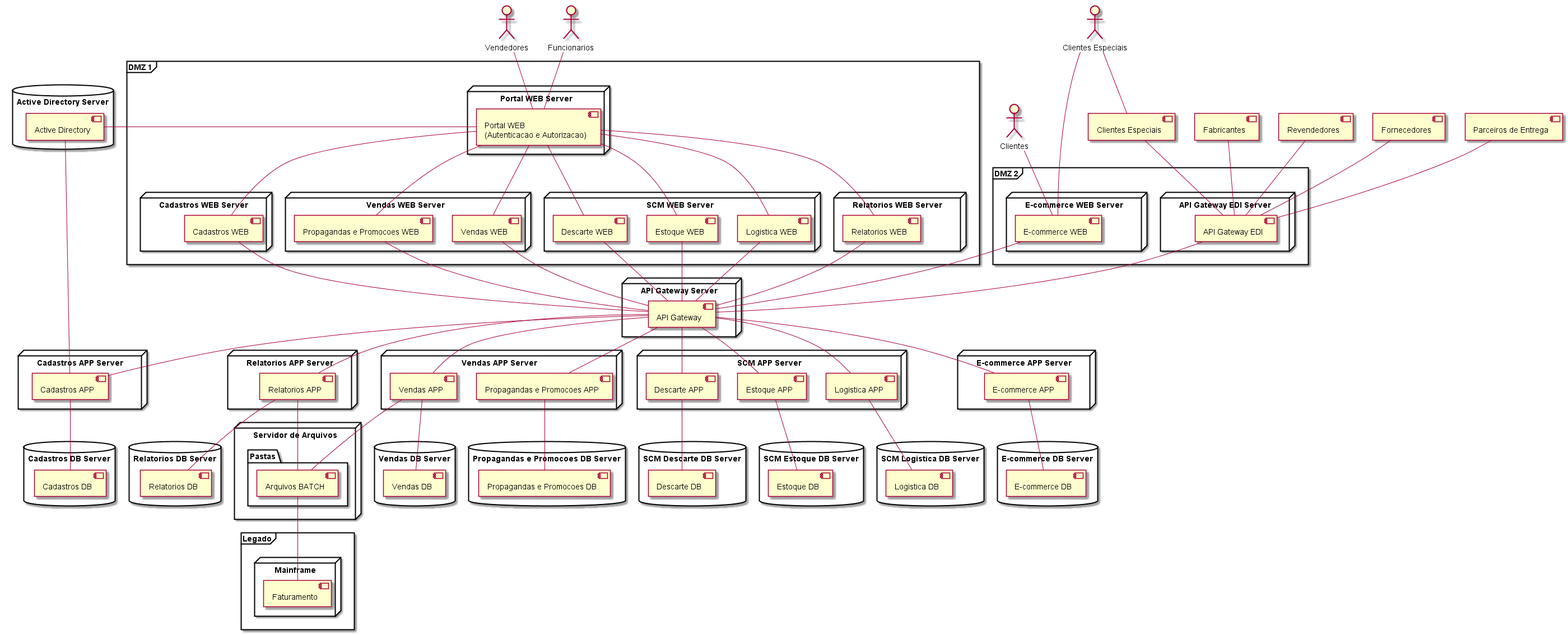
Before: arquitetura/uml/componentes/visao.geral.png, a diagram exported from PlantUML (herberton/tcc). Source of this version:
```plantuml
@startuml

	skinparam componentStyle uml2

	actor Clientes								as AC
	actor :Clientes Especiais: 					as ACE
	actor :Vendedores:							as AV
	actor :Funcionarios:						as AF

	[Clientes Especiais] 						as CCE
	[Fabricantes] 								as CFA
	[Revendedores] 								as CR
	[Fornecedores] 								as CFO
	[Parceiros de Entrega] 						as CPE



		frame "DMZ 1" {

			node "Portal WEB Server" {
				component CWAA [
					Portal WEB
					(Autenticacao e Autorizacao)
				]
			}
			node "Cadastros WEB Server" {
				[Cadastros WEB] 				as CWC
			}
			node "Vendas WEB Server" {
				[Vendas WEB]					as CWV
				[Propagandas e Promocoes WEB]	as CWPP
			}
			node "SCM WEB Server" {
				[Estoque WEB] 					as CWE
				[Descarte WEB]					as CWD
				[Logistica WEB]					as CWL
			}
			node "Relatorios WEB Server" {
				[Relatorios WEB] 				as CWR
			}
		}

		frame "DMZ 2" {

			node "E-commerce WEB Server" {
				[E-commerce WEB]				as CWEC
			}
			node "API Gateway EDI Server" {
				[API Gateway EDI]				as CAGE
			}
		}


		node "API Gateway Server" {
			[API Gateway] 						as CAG
		}

		node "Cadastros APP Server" {
			[Cadastros APP]						as CAC
		}
		node "Vendas APP Server" {
			[Vendas APP] 						as CAV
			[Propagandas e Promocoes APP]		as CAPP

		}
		node "SCM APP Server" {
			[Descarte APP]						as CAD
			[Estoque APP] 						as CAE
			[Logistica APP] 					as CAL
		}
		node "Relatorios APP Server" {
			[Relatorios APP] 					as CAR
		}
		node "E-commerce APP Server" {
			[E-commerce APP] 					as CAEC
		}

		database  "Active Directory Server" {
			[Active Directory] 					as AD
		}

		database  "Cadastros DB Server" {
			[Cadastros DB] 						as CDC
		}
		database  "Vendas DB Server" {
			[Vendas DB] 						as CDV
		}
		database  "Propagandas e Promocoes DB Server" {
			[Propagandas e Promocoes DB]		as CDPP
		}
		database  "SCM Estoque DB Server" {
			[Estoque DB] 						as CDE
		}
		database  "SCM Descarte DB Server" {
			[Descarte DB] 						as CDD
		}
		database  "SCM Logistica DB Server" {
			[Logistica DB] 						as CDL
		}
		database  "Relatorios DB Server" {
			[Relatorios DB] 					as CDR
		}
		database  "E-commerce DB Server" {
			[E-commerce DB] 					as CDEC
		}

		frame "Legado" {
			node "Mainframe" {
				[Faturamento]					as CMF
			}
		}

		node "Servidor de Arquivos" {
			folder "Pastas" {
				[Arquivos BATCH]				as ARQ
			}
		}

		CWAA -down- CWC
		CWAA -down- CWV
		CWAA -down- CWPP
		CWAA -down- CWE
		CWAA -down- CWD
		CWAA -down- CWL
		CWAA -down- CWR

		CAGE -down- CAG

		CWEC -down- CAG
		CWC	-down- CAG
		CWV -down- CAG
		CWPP -down- CAG
		CWE -down- CAG
		CWD -down- CAG
		CWL -down- CAG
		CWR -down- CAG

		CAC	-up- CAG
		CAV -up- CAG
		CAPP -up- CAG
		CAE -up- CAG
		CAD -up- CAG
		CAL -up- CAG
		CAR -up- CAG
		CAEC -up- CAG

		CAC	-down- CDC
		CAV -down- CDV
		CAPP -down- CDPP
		CAE -down- CDE
		CAD -down- CDD
		CAL -down- CDL
		CAR -down- CDR
		CAEC -down- CDEC

		CWAA -left- AD
		CAC -up- AD

		CMF -up- ARQ
		CAV -down- ARQ
		CAR - ARQ



	CCE -down- CAGE
	CFA -down- CAGE
	CR -down- CAGE
	CFO -down- CAGE
	CPE -down- CAGE

	AC -down- CWEC
	ACE -down- CWEC
	ACE -down- CCE
	AV -down- CWAA
	AF -down- CWAA

@enduml
```
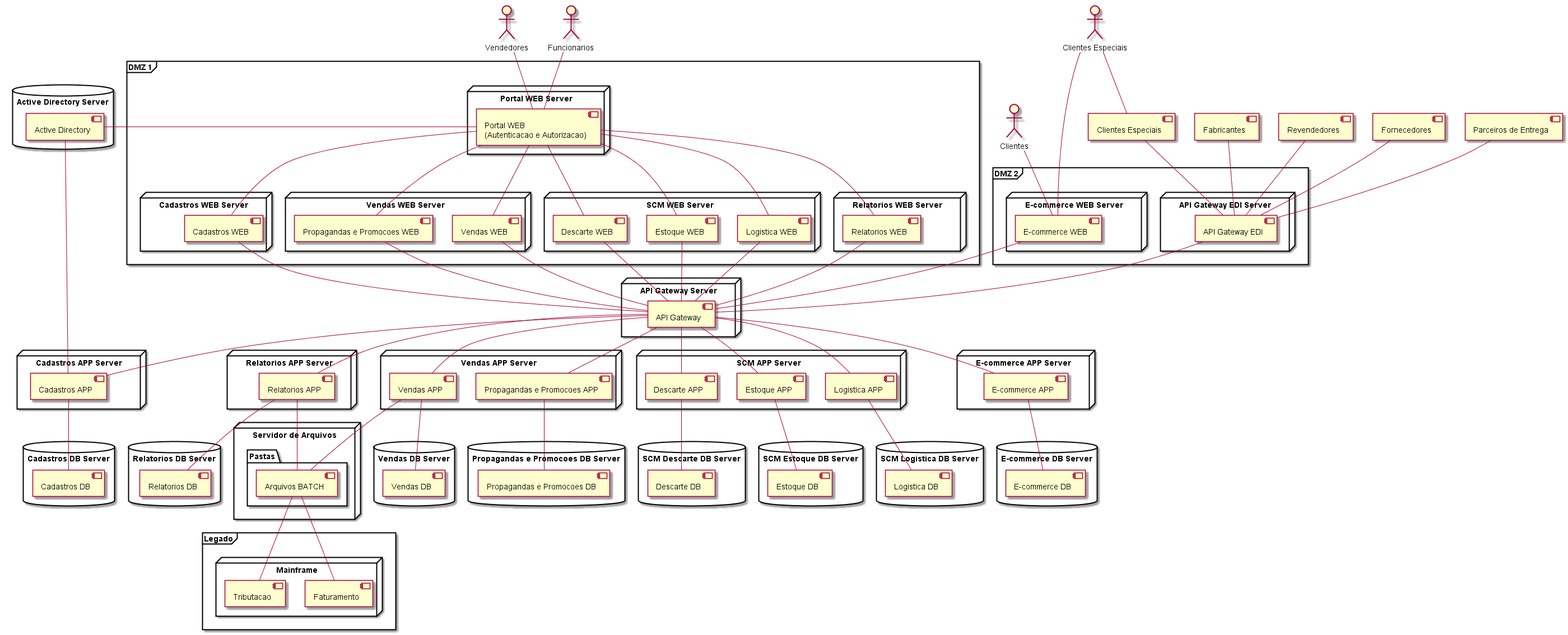
Above is the later version.

Commit message:
atualizacao diagrama de componentes

The edit, as a diff of the source:
```diff
@@ -107,6 +107,7 @@
 		frame "Legado" {
 			node "Mainframe" {
 				[Faturamento]					as CMF
+				[Tributacao]					as CMT
 			}
 		}
 
@@ -157,6 +158,7 @@
 		CAC -up- AD
 
 		CMF -up- ARQ
+		CMT -up- ARQ
 		CAV -down- ARQ
 		CAR - ARQ
 
```
